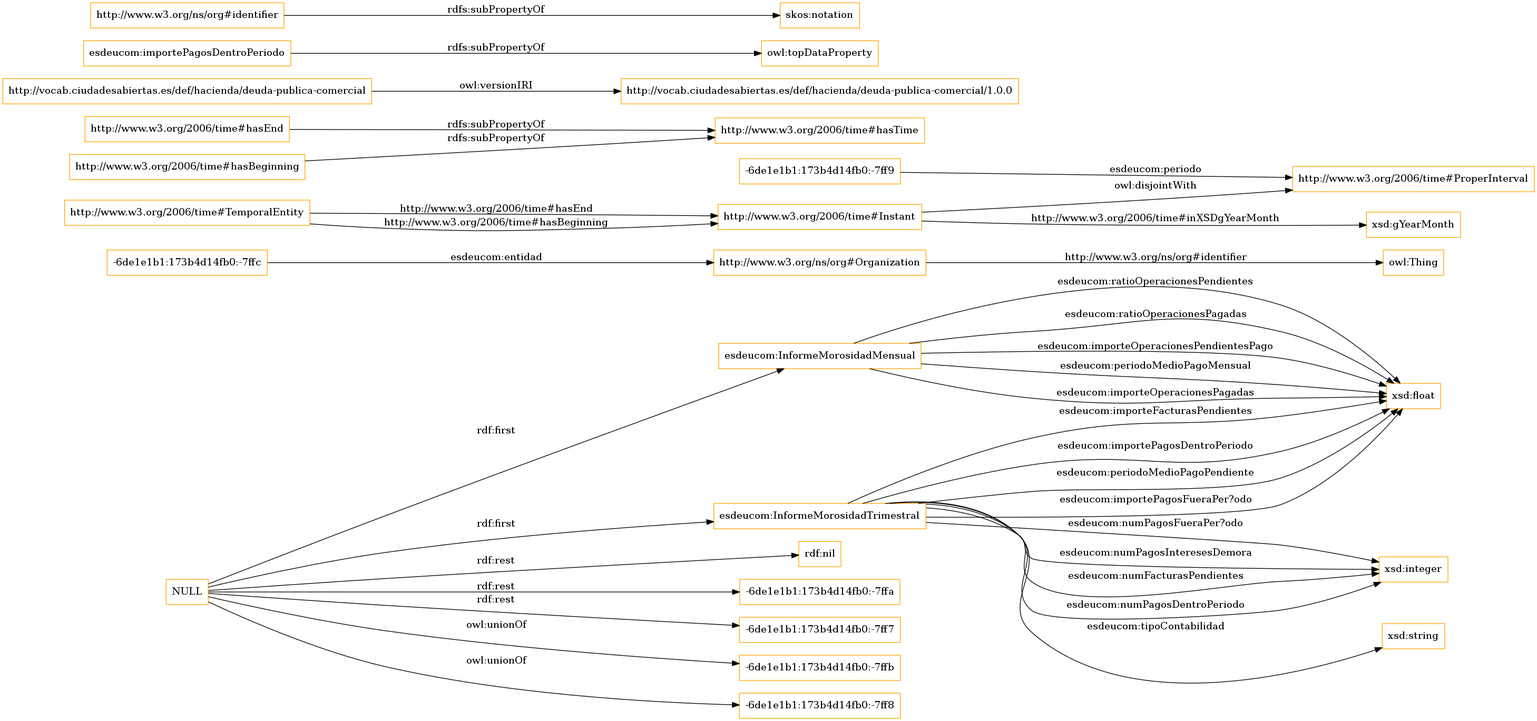
leticiarubalcabadg/vocab-economia-deuda-comercial keeps this Graphviz diagram as OnToology/ontology/deudaPublicaComercial.owl/diagrams/ar2dtool-class/deudaPublicaComercial.owl.png. Above is the earlier version. Its source is kept beside it as OnToology/ontology/deudaPublicaComercial.owl/diagrams/ar2dtool-class/deudaPublicaComercial.owl.png.dot. The source it was exported from:
```dot
digraph ar2dtool_diagram {
rankdir=LR;
size="1501"
node [shape = rectangle, color="orange"]; "esdeucom:InformeMorosidadMensual" "-6de1e1b1:173b4d14fb0:-7ffc" "esdeucom:InformeMorosidadTrimestral" "-6de1e1b1:173b4d14fb0:-7ff9" "http://www.w3.org/2006/time#ProperInterval" "http://www.w3.org/2006/time#TemporalEntity" "http://www.w3.org/ns/org#Organization" "http://www.w3.org/2006/time#Instant" ; /*classes style*/
	"http://www.w3.org/2006/time#hasEnd" -> "http://www.w3.org/2006/time#hasTime" [ label = "rdfs:subPropertyOf" ];
	"http://vocab.ciudadesabiertas.es/def/hacienda/deuda-publica-comercial" -> "http://vocab.ciudadesabiertas.es/def/hacienda/deuda-publica-comercial/1.0.0" [ label = "owl:versionIRI" ];
	"http://www.w3.org/2006/time#Instant" -> "http://www.w3.org/2006/time#ProperInterval" [ label = "owl:disjointWith" ];
	"esdeucom:importePagosDentroPeriodo" -> "owl:topDataProperty" [ label = "rdfs:subPropertyOf" ];
	"http://www.w3.org/2006/time#hasBeginning" -> "http://www.w3.org/2006/time#hasTime" [ label = "rdfs:subPropertyOf" ];
	"http://www.w3.org/ns/org#identifier" -> "skos:notation" [ label = "rdfs:subPropertyOf" ];
	"NULL" -> "rdf:nil" [ label = "rdf:rest" ];
	"NULL" -> "esdeucom:InformeMorosidadTrimestral" [ label = "rdf:first" ];
	"NULL" -> "-6de1e1b1:173b4d14fb0:-7ffa" [ label = "rdf:rest" ];
	"NULL" -> "-6de1e1b1:173b4d14fb0:-7ff7" [ label = "rdf:rest" ];
	"NULL" -> "esdeucom:InformeMorosidadMensual" [ label = "rdf:first" ];
	"NULL" -> "-6de1e1b1:173b4d14fb0:-7ffb" [ label = "owl:unionOf" ];
	"NULL" -> "-6de1e1b1:173b4d14fb0:-7ff8" [ label = "owl:unionOf" ];
	"esdeucom:InformeMorosidadMensual" -> "xsd:float" [ label = "esdeucom:ratioOperacionesPendientes" ];
	"esdeucom:InformeMorosidadTrimestral" -> "xsd:integer" [ label = "esdeucom:numPagosFueraPer?odo" ];
	"http://www.w3.org/2006/time#TemporalEntity" -> "http://www.w3.org/2006/time#Instant" [ label = "http://www.w3.org/2006/time#hasEnd" ];
	"esdeucom:InformeMorosidadTrimestral" -> "xsd:float" [ label = "esdeucom:importeFacturasPendientes" ];
	"esdeucom:InformeMorosidadTrimestral" -> "xsd:string" [ label = "esdeucom:tipoContabilidad" ];
	"esdeucom:InformeMorosidadTrimestral" -> "xsd:integer" [ label = "esdeucom:numPagosInteresesDemora" ];
	"esdeucom:InformeMorosidadTrimestral" -> "xsd:integer" [ label = "esdeucom:numFacturasPendientes" ];
	"esdeucom:InformeMorosidadMensual" -> "xsd:float" [ label = "esdeucom:ratioOperacionesPagadas" ];
	"esdeucom:InformeMorosidadTrimestral" -> "xsd:float" [ label = "esdeucom:importePagosDentroPeriodo" ];
	"http://www.w3.org/2006/time#TemporalEntity" -> "http://www.w3.org/2006/time#Instant" [ label = "http://www.w3.org/2006/time#hasBeginning" ];
	"esdeucom:InformeMorosidadTrimestral" -> "xsd:float" [ label = "esdeucom:periodoMedioPagoPendiente" ];
	"-6de1e1b1:173b4d14fb0:-7ffc" -> "http://www.w3.org/ns/org#Organization" [ label = "esdeucom:entidad" ];
	"esdeucom:InformeMorosidadMensual" -> "xsd:float" [ label = "esdeucom:importeOperacionesPendientesPago" ];
	"-6de1e1b1:173b4d14fb0:-7ff9" -> "http://www.w3.org/2006/time#ProperInterval" [ label = "esdeucom:periodo" ];
	"http://www.w3.org/ns/org#Organization" -> "owl:Thing" [ label = "http://www.w3.org/ns/org#identifier" ];
	"esdeucom:InformeMorosidadTrimestral" -> "xsd:float" [ label = "esdeucom:importePagosFueraPer?odo" ];
	"esdeucom:InformeMorosidadMensual" -> "xsd:float" [ label = "esdeucom:periodoMedioPagoMensual" ];
	"http://www.w3.org/2006/time#Instant" -> "xsd:gYearMonth" [ label = "http://www.w3.org/2006/time#inXSDgYearMonth" ];
	"esdeucom:InformeMorosidadTrimestral" -> "xsd:integer" [ label = "esdeucom:numPagosDentroPeriodo" ];
	"esdeucom:InformeMorosidadMensual" -> "xsd:float" [ label = "esdeucom:importeOperacionesPagadas" ];

}
```
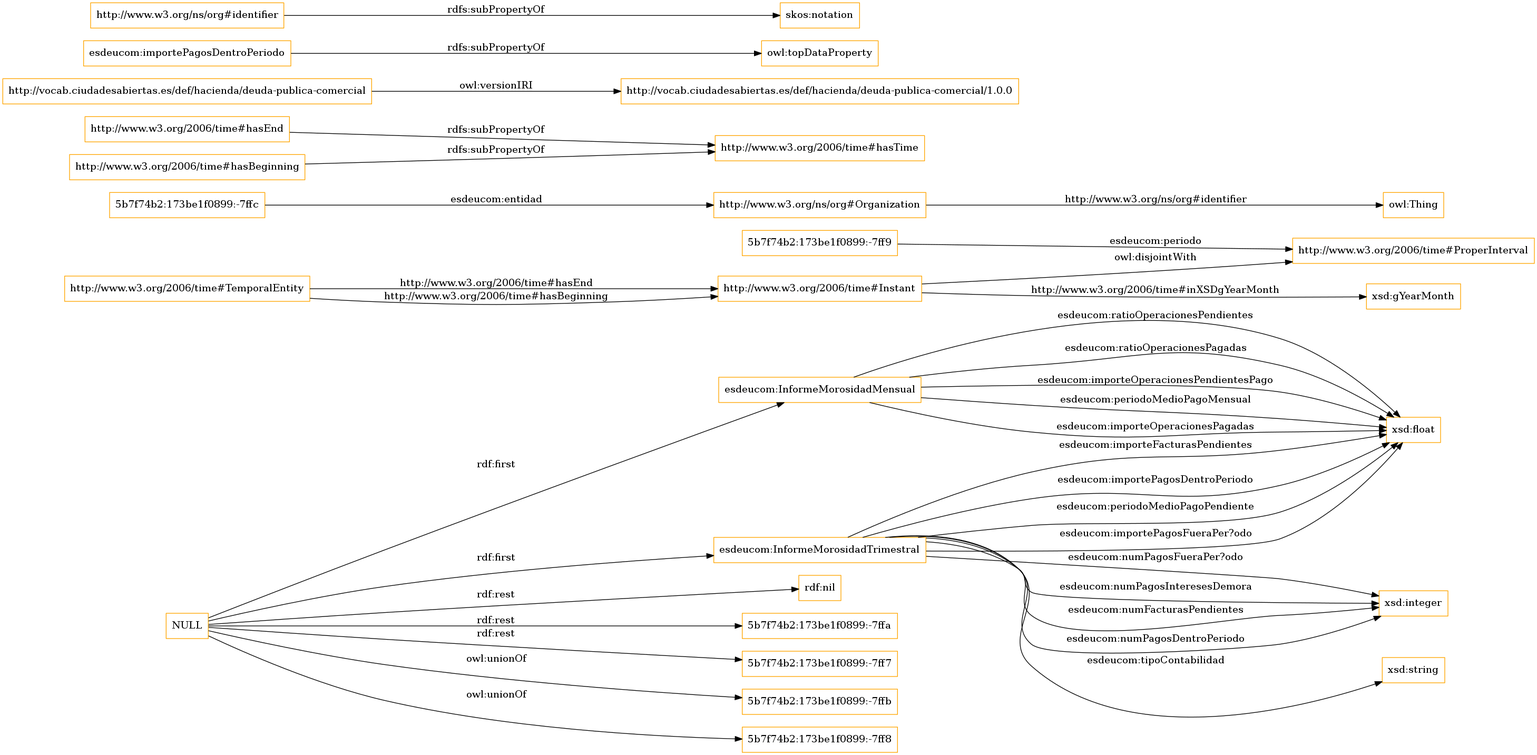
Later version of the same file.

What changed in the source:
```diff
@@ -1,7 +1,7 @@
 digraph ar2dtool_diagram {
 rankdir=LR;
 size="1501"
-node [shape = rectangle, color="orange"]; "esdeucom:InformeMorosidadMensual" "-6de1e1b1:173b4d14fb0:-7ffc" "esdeucom:InformeMorosidadTrimestral" "-6de1e1b1:173b4d14fb0:-7ff9" "http://www.w3.org/2006/time#ProperInterval" "http://www.w3.org/2006/time#TemporalEntity" "http://www.w3.org/ns/org#Organization" "http://www.w3.org/2006/time#Instant" ; /*classes style*/
+node [shape = rectangle, color="orange"]; "esdeucom:InformeMorosidadMensual" "esdeucom:InformeMorosidadTrimestral" "http://www.w3.org/2006/time#ProperInterval" "5b7f74b2:173be1f0899:-7ffc" "5b7f74b2:173be1f0899:-7ff9" "http://www.w3.org/2006/time#TemporalEntity" "http://www.w3.org/ns/org#Organization" "http://www.w3.org/2006/time#Instant" ; /*classes style*/
 	"http://www.w3.org/2006/time#hasEnd" -> "http://www.w3.org/2006/time#hasTime" [ label = "rdfs:subPropertyOf" ];
 	"http://vocab.ciudadesabiertas.es/def/hacienda/deuda-publica-comercial" -> "http://vocab.ciudadesabiertas.es/def/hacienda/deuda-publica-comercial/1.0.0" [ label = "owl:versionIRI" ];
 	"http://www.w3.org/2006/time#Instant" -> "http://www.w3.org/2006/time#ProperInterval" [ label = "owl:disjointWith" ];
@@ -10,11 +10,11 @@
 	"http://www.w3.org/ns/org#identifier" -> "skos:notation" [ label = "rdfs:subPropertyOf" ];
 	"NULL" -> "rdf:nil" [ label = "rdf:rest" ];
 	"NULL" -> "esdeucom:InformeMorosidadTrimestral" [ label = "rdf:first" ];
-	"NULL" -> "-6de1e1b1:173b4d14fb0:-7ffa" [ label = "rdf:rest" ];
-	"NULL" -> "-6de1e1b1:173b4d14fb0:-7ff7" [ label = "rdf:rest" ];
+	"NULL" -> "5b7f74b2:173be1f0899:-7ffa" [ label = "rdf:rest" ];
+	"NULL" -> "5b7f74b2:173be1f0899:-7ff7" [ label = "rdf:rest" ];
 	"NULL" -> "esdeucom:InformeMorosidadMensual" [ label = "rdf:first" ];
-	"NULL" -> "-6de1e1b1:173b4d14fb0:-7ffb" [ label = "owl:unionOf" ];
-	"NULL" -> "-6de1e1b1:173b4d14fb0:-7ff8" [ label = "owl:unionOf" ];
+	"NULL" -> "5b7f74b2:173be1f0899:-7ffb" [ label = "owl:unionOf" ];
+	"NULL" -> "5b7f74b2:173be1f0899:-7ff8" [ label = "owl:unionOf" ];
 	"esdeucom:InformeMorosidadMensual" -> "xsd:float" [ label = "esdeucom:ratioOperacionesPendientes" ];
 	"esdeucom:InformeMorosidadTrimestral" -> "xsd:integer" [ label = "esdeucom:numPagosFueraPer?odo" ];
 	"http://www.w3.org/2006/time#TemporalEntity" -> "http://www.w3.org/2006/time#Instant" [ label = "http://www.w3.org/2006/time#hasEnd" ];
@@ -26,9 +26,9 @@
 	"esdeucom:InformeMorosidadTrimestral" -> "xsd:float" [ label = "esdeucom:importePagosDentroPeriodo" ];
 	"http://www.w3.org/2006/time#TemporalEntity" -> "http://www.w3.org/2006/time#Instant" [ label = "http://www.w3.org/2006/time#hasBeginning" ];
 	"esdeucom:InformeMorosidadTrimestral" -> "xsd:float" [ label = "esdeucom:periodoMedioPagoPendiente" ];
-	"-6de1e1b1:173b4d14fb0:-7ffc" -> "http://www.w3.org/ns/org#Organization" [ label = "esdeucom:entidad" ];
+	"5b7f74b2:173be1f0899:-7ffc" -> "http://www.w3.org/ns/org#Organization" [ label = "esdeucom:entidad" ];
 	"esdeucom:InformeMorosidadMensual" -> "xsd:float" [ label = "esdeucom:importeOperacionesPendientesPago" ];
-	"-6de1e1b1:173b4d14fb0:-7ff9" -> "http://www.w3.org/2006/time#ProperInterval" [ label = "esdeucom:periodo" ];
+	"5b7f74b2:173be1f0899:-7ff9" -> "http://www.w3.org/2006/time#ProperInterval" [ label = "esdeucom:periodo" ];
 	"http://www.w3.org/ns/org#Organization" -> "owl:Thing" [ label = "http://www.w3.org/ns/org#identifier" ];
 	"esdeucom:InformeMorosidadTrimestral" -> "xsd:float" [ label = "esdeucom:importePagosFueraPer?odo" ];
 	"esdeucom:InformeMorosidadMensual" -> "xsd:float" [ label = "esdeucom:periodoMedioPagoMensual" ];
```
